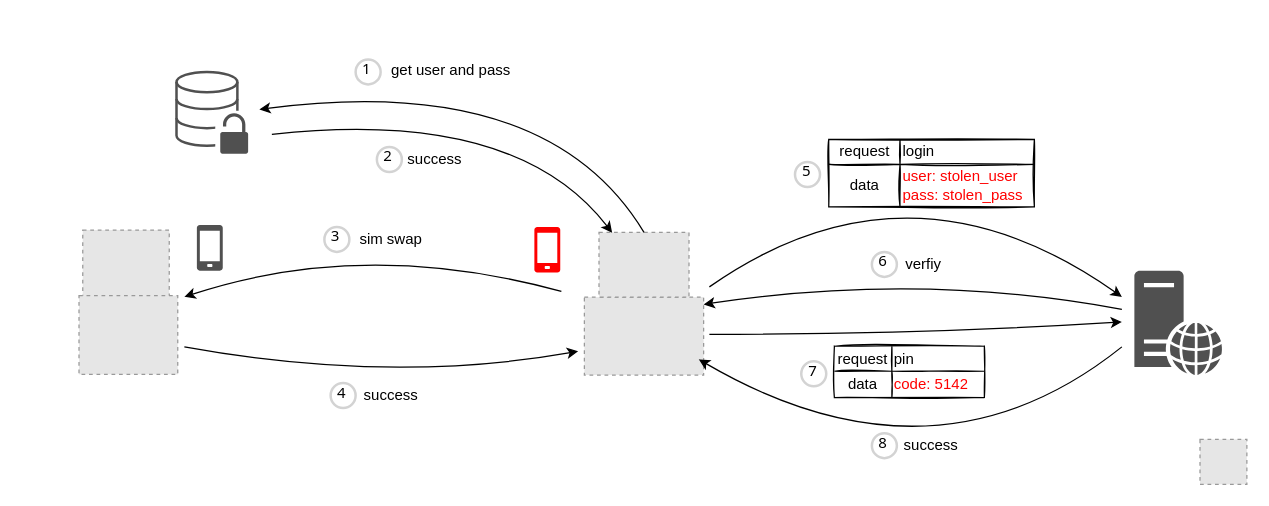
Above: two-factor-authentication-sim-swapping.drawio in qeeqbox/two-factor-authentication-sim-swapping (draw.io), before the change. Source tidied: cells renumbered, new cells numbered last; positions are measured from the earlier drawing's top-left corner, leaving out a move shared by most shapes. Both pictures are drawn from the tidied source at 125%, with x=0, y=0 at pixel (21, 21). Pictures stored in the file or linked from it are replaced by grey dashed boxes.
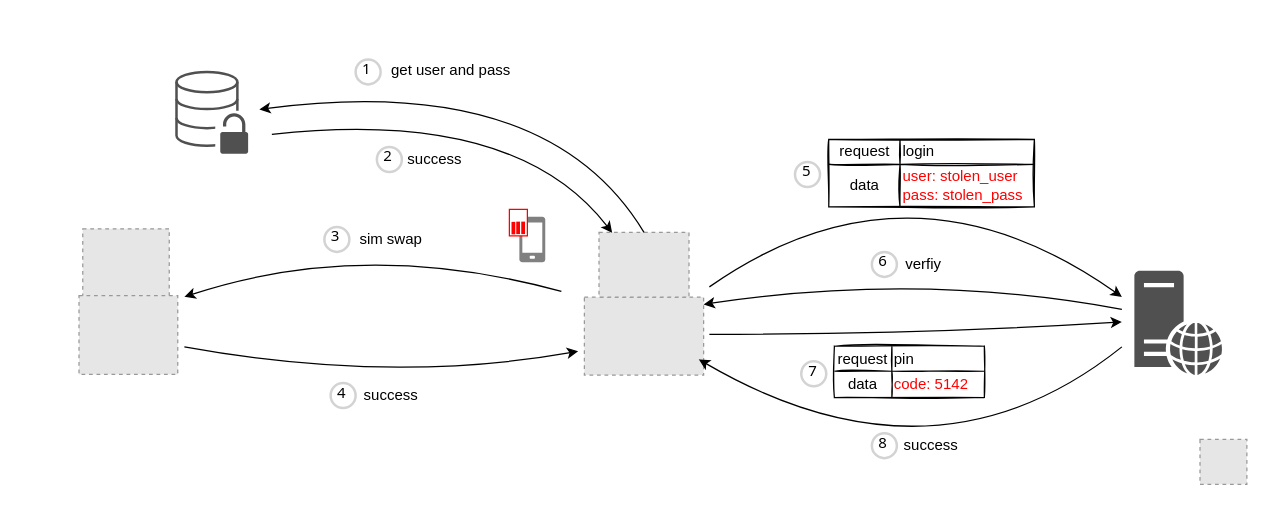
The same page after the edit.

The change refers to these unchanged cells:
```xml
<mxCell id="33" style="group;" parent="1" vertex="1">
  <mxGeometry x="43.7" y="164.5" width="84" height="117.5" as="geometry" />
</mxCell>
```

What changed in the source:
```diff
@@
-    <mxCell id="34" style="fillColor=#E6E6E6;strokeColor=#999999;dashed=1;verticalLabelPosition=bottom;labelBackgroundColor=default;verticalAlign=top;" parent="33" vertex="1">
-      <mxGeometry x="5" y="2" width="69.2" height="69.2" as="geometry" />
-    </mxCell>
+    <mxCell id="54" style="group;" parent="33" vertex="1">
+      <mxGeometry x="5" y="1" width="69.2" height="69.2" as="geometry" />
+    </mxCell>
+    <mxCell id="55" style="endArrow=none;html=1;curved=1;" parent="54" edge="1">
+      <mxGeometry relative="1" as="geometry">
+        <mxPoint x="35.3" y="11.7" as="sourcePoint" />
+        <mxPoint x="49.3" y="41.7" as="targetPoint" />
+        <Array as="points">
+          <mxPoint x="59" y="19" />
+        </Array>
+      </mxGeometry>
+    </mxCell>
+    <mxCell id="56" style="ellipse;whiteSpace=wrap;html=1;strokeWidth=1;fillColor=#000000;" parent="54" vertex="1">
+      <mxGeometry x="47.5" y="40" width="2.7" height="2.7" as="geometry" />
+    </mxCell>
+    <mxCell id="57" style="fillColor=#E6E6E6;strokeColor=#999999;dashed=1;verticalLabelPosition=bottom;labelBackgroundColor=default;verticalAlign=top;" parent="54" vertex="1">
+      <mxGeometry width="69.2" height="69.2" as="geometry" />
+    </mxCell>
@@
-    <mxCell id="37" style="sketch=0;shadow=0;dashed=0;html=1;strokeColor=none;fillColor=#505050;labelPosition=center;verticalLabelPosition=bottom;verticalAlign=top;align=center;shape=mxgraph.office.devices.cell_phone_generic;" parent="1" vertex="1">
-      <mxGeometry x="140" y="162.5" width="20.7" height="36.5" as="geometry" />
-    </mxCell>
-    <mxCell id="38" style="sketch=0;shadow=0;dashed=0;html=1;strokeColor=none;fillColor=#FF0000;labelPosition=center;verticalLabelPosition=bottom;verticalAlign=top;align=center;shape=mxgraph.office.devices.cell_phone_generic;" parent="1" vertex="1">
-      <mxGeometry x="410" y="164" width="20.7" height="36.5" as="geometry" />
+    <mxCell id="38" style="sketch=0;shadow=0;dashed=0;html=1;strokeColor=none;fillColor=#808080;labelPosition=center;verticalLabelPosition=bottom;verticalAlign=top;align=center;shape=mxgraph.office.devices.cell_phone_generic;" parent="1" vertex="1">
+      <mxGeometry x="398" y="155.8" width="20.7" height="36.5" as="geometry" />
     </mxCell>
@@
+    <mxCell id="58" style="group;" parent="1" vertex="1">
+      <mxGeometry x="390" y="150" width="14.4" height="21.2" as="geometry" />
+    </mxCell>
+    <mxCell id="59" style="rounded=0;whiteSpace=wrap;html=1;strokeColor=#FF0000;strokeWidth=1;fillColor=default;rotation=90;" parent="58" vertex="1">
+      <mxGeometry x="-3.4" y="3.4" width="21.2" height="14.4" as="geometry" />
+    </mxCell>
+    <mxCell id="60" style="endArrow=none;html=1;endSize=2;strokeWidth=3;curved=1;startSize=5;strokeColor=#FF0000;" parent="58" edge="1">
+      <mxGeometry relative="1" as="geometry">
+        <mxPoint x="3.2" y="20" as="sourcePoint" />
+        <mxPoint x="3.2" y="10" as="targetPoint" />
+      </mxGeometry>
+    </mxCell>
+    <mxCell id="61" style="endArrow=none;html=1;endSize=2;strokeWidth=3;curved=1;startSize=5;strokeColor=#FF0000;" parent="58" edge="1">
+      <mxGeometry relative="1" as="geometry">
+        <mxPoint x="7" y="19.8" as="sourcePoint" />
+        <mxPoint x="7" y="9.8" as="targetPoint" />
+      </mxGeometry>
+    </mxCell>
+    <mxCell id="62" style="endArrow=none;html=1;endSize=2;strokeWidth=3;curved=1;startSize=5;strokeColor=#FF0000;" parent="58" edge="1">
+      <mxGeometry relative="1" as="geometry">
+        <mxPoint x="11" y="19.8" as="sourcePoint" />
+        <mxPoint x="11" y="9.8" as="targetPoint" />
+      </mxGeometry>
+    </mxCell>
```
